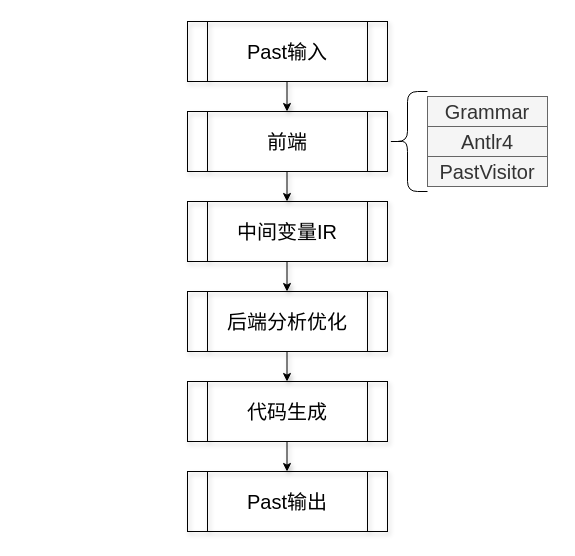
This is past.drawio from zondie17/something, a draw.io file, before an edit. Source tidied: cells renumbered, new cells numbered last; positions are measured from the earlier drawing's top-left corner, leaving out a move shared by most shapes. Both pictures are drawn from the tidied source at 100%, with x=0, y=0 at pixel (187, 21).
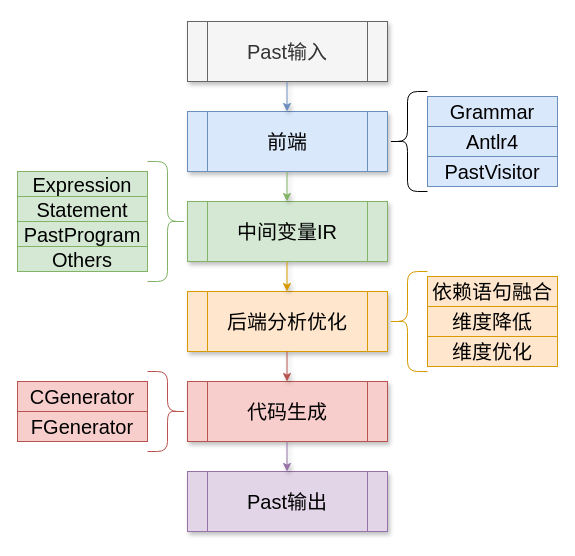
Above is the later version.

The edit, as a diff of the source:
```diff
@@
-    <mxCell id="2" value="&lt;font face=&quot;霞鹜文楷&quot;&gt;&lt;font style=&quot;font-size: 20px;&quot;&gt;Past&lt;/font&gt;&lt;font style=&quot;font-size: 20px;&quot;&gt;输入&lt;/font&gt;&lt;/font&gt;" style="shape=process;whiteSpace=wrap;html=1;backgroundOutline=1;shadow=1;rounded=0;fillColor=none;fontFamily=霞鹜文楷;" parent="1" vertex="1">
+    <mxCell id="2" value="&lt;font face=&quot;霞鹜文楷&quot;&gt;&lt;font style=&quot;font-size: 20px;&quot;&gt;Past&lt;/font&gt;&lt;font style=&quot;font-size: 20px;&quot;&gt;输入&lt;/font&gt;&lt;/font&gt;" style="shape=process;whiteSpace=wrap;html=1;backgroundOutline=1;shadow=1;rounded=0;fillColor=#f5f5f5;fontFamily=霞鹜文楷;fontColor=#333333;strokeColor=#666666;" parent="1" vertex="1">
       <mxGeometry width="200" height="60" as="geometry" />
     </mxCell>
-    <mxCell id="3" value="&lt;font style=&quot;border-color: var(--border-color); font-size: 20px;&quot;&gt;前端&lt;/font&gt;" style="shape=process;whiteSpace=wrap;html=1;backgroundOutline=1;shadow=1;rounded=0;fillColor=none;fontFamily=霞鹜文楷;" parent="1" vertex="1">
+    <mxCell id="3" value="&lt;font style=&quot;border-color: var(--border-color); font-size: 20px;&quot;&gt;前端&lt;/font&gt;" style="shape=process;whiteSpace=wrap;html=1;backgroundOutline=1;shadow=1;rounded=0;fillColor=#dae8fc;fontFamily=霞鹜文楷;strokeColor=#6c8ebf;" parent="1" vertex="1">
       <mxGeometry y="90" width="200" height="60" as="geometry" />
     </mxCell>
-    <mxCell id="4" value="&lt;font style=&quot;border-color: var(--border-color); font-size: 20px;&quot; face=&quot;霞鹜文楷&quot;&gt;中间变量IR&lt;/font&gt;" style="shape=process;whiteSpace=wrap;html=1;backgroundOutline=1;shadow=1;rounded=0;fillColor=none;fontFamily=霞鹜文楷;" parent="1" vertex="1">
+    <mxCell id="4" value="&lt;font style=&quot;border-color: var(--border-color); font-size: 20px;&quot; face=&quot;霞鹜文楷&quot;&gt;中间变量IR&lt;/font&gt;" style="shape=process;whiteSpace=wrap;html=1;backgroundOutline=1;shadow=1;rounded=0;fillColor=#d5e8d4;fontFamily=霞鹜文楷;strokeColor=#82b366;" parent="1" vertex="1">
       <mxGeometry y="180" width="200" height="60" as="geometry" />
     </mxCell>
-    <mxCell id="5" value="&lt;font style=&quot;border-color: var(--border-color); font-size: 20px;&quot; face=&quot;霞鹜文楷&quot;&gt;后端分析优化&lt;/font&gt;" style="shape=process;whiteSpace=wrap;html=1;backgroundOutline=1;shadow=1;rounded=0;fillColor=none;fontFamily=霞鹜文楷;" parent="1" vertex="1">
+    <mxCell id="5" value="&lt;font style=&quot;border-color: var(--border-color); font-size: 20px;&quot; face=&quot;霞鹜文楷&quot;&gt;后端分析优化&lt;/font&gt;" style="shape=process;whiteSpace=wrap;html=1;backgroundOutline=1;shadow=1;rounded=0;fillColor=#ffe6cc;fontFamily=霞鹜文楷;strokeColor=#d79b00;" parent="1" vertex="1">
       <mxGeometry y="270" width="200" height="60" as="geometry" />
     </mxCell>
-    <mxCell id="6" value="&lt;font style=&quot;border-color: var(--border-color); font-size: 20px;&quot; face=&quot;霞鹜文楷&quot;&gt;代码生成&lt;/font&gt;" style="shape=process;whiteSpace=wrap;html=1;backgroundOutline=1;shadow=1;rounded=0;fillColor=none;fontFamily=霞鹜文楷;" parent="1" vertex="1">
+    <mxCell id="6" value="&lt;font style=&quot;border-color: var(--border-color); font-size: 20px;&quot; face=&quot;霞鹜文楷&quot;&gt;代码生成&lt;/font&gt;" style="shape=process;whiteSpace=wrap;html=1;backgroundOutline=1;shadow=1;rounded=0;fillColor=#f8cecc;fontFamily=霞鹜文楷;strokeColor=#b85450;" parent="1" vertex="1">
       <mxGeometry y="360" width="200" height="60" as="geometry" />
     </mxCell>
-    <mxCell id="7" value="&lt;font face=&quot;霞鹜文楷&quot;&gt;&lt;font style=&quot;font-size: 20px;&quot;&gt;Past&lt;/font&gt;&lt;font style=&quot;font-size: 20px;&quot;&gt;输出&lt;/font&gt;&lt;/font&gt;" style="shape=process;whiteSpace=wrap;html=1;backgroundOutline=1;shadow=1;rounded=0;fillColor=none;fontFamily=霞鹜文楷;" parent="1" vertex="1">
+    <mxCell id="7" value="&lt;font face=&quot;霞鹜文楷&quot;&gt;&lt;font style=&quot;font-size: 20px;&quot;&gt;Past&lt;/font&gt;&lt;font style=&quot;font-size: 20px;&quot;&gt;输出&lt;/font&gt;&lt;/font&gt;" style="shape=process;whiteSpace=wrap;html=1;backgroundOutline=1;shadow=1;rounded=0;fillColor=#e1d5e7;fontFamily=霞鹜文楷;strokeColor=#9673a6;" parent="1" vertex="1">
       <mxGeometry y="450" width="200" height="60" as="geometry" />
     </mxCell>
-    <mxCell id="8" style="endArrow=classic;html=1;rounded=0;shadow=1;" parent="1" edge="1">
+    <mxCell id="8" style="endArrow=classic;html=1;rounded=0;shadow=1;fillColor=#dae8fc;strokeColor=#6c8ebf;" parent="1" edge="1">
       <mxGeometry relative="1" as="geometry">
         <mxPoint x="99.5" y="60" as="sourcePoint" />
         <mxPoint x="99.5" y="90" as="targetPoint" />
       </mxGeometry>
     </mxCell>
-    <mxCell id="9" style="endArrow=classic;html=1;rounded=0;shadow=1;" parent="1" edge="1">
+    <mxCell id="9" style="endArrow=classic;html=1;rounded=0;shadow=1;fillColor=#d5e8d4;strokeColor=#82b366;" parent="1" edge="1">
       <mxGeometry relative="1" as="geometry">
         <mxPoint x="99.5" y="150" as="sourcePoint" />
         <mxPoint x="99.5" y="180" as="targetPoint" />
       </mxGeometry>
     </mxCell>
-    <mxCell id="10" style="endArrow=classic;html=1;rounded=0;shadow=1;" parent="1" edge="1">
+    <mxCell id="10" style="endArrow=classic;html=1;rounded=0;shadow=1;fillColor=#ffe6cc;strokeColor=#d79b00;" parent="1" edge="1">
       <mxGeometry relative="1" as="geometry">
         <mxPoint x="99.5" y="240" as="sourcePoint" />
         <mxPoint x="99.5" y="270" as="targetPoint" />
       </mxGeometry>
     </mxCell>
-    <mxCell id="11" style="endArrow=classic;html=1;rounded=0;shadow=1;" parent="1" edge="1">
+    <mxCell id="11" style="endArrow=classic;html=1;rounded=0;shadow=1;fillColor=#f8cecc;strokeColor=#b85450;" parent="1" edge="1">
       <mxGeometry relative="1" as="geometry">
         <mxPoint x="99.5" y="330" as="sourcePoint" />
         <mxPoint x="99.5" y="360" as="targetPoint" />
       </mxGeometry>
     </mxCell>
-    <mxCell id="12" style="endArrow=classic;html=1;rounded=0;shadow=1;" parent="1" edge="1">
+    <mxCell id="12" style="endArrow=classic;html=1;rounded=0;shadow=1;fillColor=#e1d5e7;strokeColor=#9673a6;" parent="1" edge="1">
       <mxGeometry relative="1" as="geometry">
         <mxPoint x="99.5" y="420" as="sourcePoint" />
         <mxPoint x="99.5" y="450" as="targetPoint" />
       </mxGeometry>
     </mxCell>
@@
-    <mxCell id="14" value="&lt;font style=&quot;font-size: 20px;&quot; face=&quot;霞鹜文楷&quot;&gt;Grammar&lt;/font&gt;" style="text;html=1;align=center;verticalAlign=middle;whiteSpace=wrap;rounded=0;fillColor=#f5f5f5;fontColor=#333333;strokeColor=#666666;" parent="1" vertex="1">
-      <mxGeometry x="240" y="75" width="120" height="30" as="geometry" />
+    <mxCell id="14" value="&lt;font style=&quot;font-size: 20px;&quot; face=&quot;霞鹜文楷&quot;&gt;Grammar&lt;/font&gt;" style="text;html=1;align=center;verticalAlign=middle;whiteSpace=wrap;rounded=0;fillColor=#dae8fc;strokeColor=#6c8ebf;" parent="1" vertex="1">
+      <mxGeometry x="240" y="75" width="130" height="30" as="geometry" />
     </mxCell>
-    <mxCell id="15" value="&lt;font face=&quot;霞鹜文楷&quot;&gt;&lt;span style=&quot;font-size: 20px;&quot;&gt;Antlr4&lt;/span&gt;&lt;/font&gt;" style="text;html=1;strokeColor=#666666;fillColor=#f5f5f5;align=center;verticalAlign=middle;whiteSpace=wrap;rounded=0;fontColor=#333333;" parent="1" vertex="1">
-      <mxGeometry x="240" y="105" width="120" height="30" as="geometry" />
+    <mxCell id="15" value="&lt;font face=&quot;霞鹜文楷&quot;&gt;&lt;span style=&quot;font-size: 20px;&quot;&gt;Antlr4&lt;/span&gt;&lt;/font&gt;" style="text;html=1;strokeColor=#6c8ebf;fillColor=#dae8fc;align=center;verticalAlign=middle;whiteSpace=wrap;rounded=0;" parent="1" vertex="1">
+      <mxGeometry x="240" y="105" width="130" height="30" as="geometry" />
     </mxCell>
-    <mxCell id="16" value="&lt;font face=&quot;霞鹜文楷&quot;&gt;&lt;span style=&quot;font-size: 20px;&quot;&gt;PastVisitor&lt;/span&gt;&lt;/font&gt;" style="text;html=1;strokeColor=#666666;fillColor=#f5f5f5;align=center;verticalAlign=middle;whiteSpace=wrap;rounded=0;fontColor=#333333;" parent="1" vertex="1">
-      <mxGeometry x="240" y="135" width="120" height="30" as="geometry" />
+    <mxCell id="16" value="&lt;font face=&quot;霞鹜文楷&quot;&gt;&lt;span style=&quot;font-size: 20px;&quot;&gt;PastVisitor&lt;/span&gt;&lt;/font&gt;" style="text;html=1;strokeColor=#6c8ebf;fillColor=#dae8fc;align=center;verticalAlign=middle;whiteSpace=wrap;rounded=0;" parent="1" vertex="1">
+      <mxGeometry x="240" y="135" width="130" height="30" as="geometry" />
     </mxCell>
+    <mxCell id="17" style="shape=curlyBracket;whiteSpace=wrap;html=1;rounded=1;flipH=1;labelPosition=right;verticalLabelPosition=middle;align=left;verticalAlign=middle;fillColor=#d5e8d4;strokeColor=#82b366;" parent="1" vertex="1">
+      <mxGeometry x="-40" y="140" width="40" height="120" as="geometry" />
+    </mxCell>
+    <mxCell id="18" value="&lt;font style=&quot;font-size: 20px;&quot; face=&quot;霞鹜文楷&quot;&gt;Expression&lt;/font&gt;" style="text;html=1;align=center;verticalAlign=middle;whiteSpace=wrap;rounded=0;fillColor=#d5e8d4;strokeColor=#82b366;" parent="1" vertex="1">
+      <mxGeometry x="-170" y="150" width="130" height="25" as="geometry" />
+    </mxCell>
+    <mxCell id="19" value="&lt;font face=&quot;霞鹜文楷&quot;&gt;&lt;span style=&quot;font-size: 20px;&quot;&gt;Statement&lt;/span&gt;&lt;/font&gt;" style="text;html=1;strokeColor=#82b366;fillColor=#d5e8d4;align=center;verticalAlign=middle;whiteSpace=wrap;rounded=0;" parent="1" vertex="1">
+      <mxGeometry x="-170" y="175" width="130" height="25" as="geometry" />
+    </mxCell>
+    <mxCell id="20" value="&lt;font face=&quot;霞鹜文楷&quot;&gt;&lt;span style=&quot;font-size: 20px;&quot;&gt;PastProgram&lt;/span&gt;&lt;/font&gt;" style="text;html=1;strokeColor=#82b366;fillColor=#d5e8d4;align=center;verticalAlign=middle;whiteSpace=wrap;rounded=0;" parent="1" vertex="1">
+      <mxGeometry x="-170" y="200" width="130" height="25" as="geometry" />
+    </mxCell>
+    <mxCell id="21" value="&lt;font face=&quot;霞鹜文楷&quot;&gt;&lt;span style=&quot;font-size: 20px;&quot;&gt;Others&lt;/span&gt;&lt;/font&gt;" style="text;html=1;strokeColor=#82b366;fillColor=#d5e8d4;align=center;verticalAlign=middle;whiteSpace=wrap;rounded=0;" parent="1" vertex="1">
+      <mxGeometry x="-170" y="225" width="130" height="25" as="geometry" />
+    </mxCell>
+    <mxCell id="22" style="shape=curlyBracket;whiteSpace=wrap;html=1;rounded=1;labelPosition=left;verticalLabelPosition=middle;align=right;verticalAlign=middle;fillColor=#ffe6cc;strokeColor=#d79b00;" parent="1" vertex="1">
+      <mxGeometry x="200" y="250" width="40" height="100" as="geometry" />
+    </mxCell>
+    <mxCell id="23" value="&lt;font face=&quot;霞鹜文楷&quot;&gt;&lt;span style=&quot;font-size: 20px;&quot;&gt;依赖语句融合&lt;/span&gt;&lt;/font&gt;" style="text;html=1;align=center;verticalAlign=middle;whiteSpace=wrap;rounded=0;fillColor=#ffe6cc;strokeColor=#d79b00;" parent="1" vertex="1">
+      <mxGeometry x="240" y="255" width="130" height="30" as="geometry" />
+    </mxCell>
+    <mxCell id="24" value="&lt;font face=&quot;霞鹜文楷&quot;&gt;&lt;span style=&quot;font-size: 20px;&quot;&gt;维度降低&lt;/span&gt;&lt;/font&gt;" style="text;html=1;strokeColor=#d79b00;fillColor=#ffe6cc;align=center;verticalAlign=middle;whiteSpace=wrap;rounded=0;" parent="1" vertex="1">
+      <mxGeometry x="240" y="285" width="130" height="30" as="geometry" />
+    </mxCell>
+    <mxCell id="25" value="&lt;font face=&quot;霞鹜文楷&quot;&gt;&lt;span style=&quot;font-size: 20px;&quot;&gt;维度优化&lt;/span&gt;&lt;/font&gt;" style="text;html=1;strokeColor=#d79b00;fillColor=#ffe6cc;align=center;verticalAlign=middle;whiteSpace=wrap;rounded=0;" parent="1" vertex="1">
+      <mxGeometry x="240" y="315" width="130" height="30" as="geometry" />
+    </mxCell>
+    <mxCell id="26" style="shape=curlyBracket;whiteSpace=wrap;html=1;rounded=1;flipH=1;labelPosition=right;verticalLabelPosition=middle;align=left;verticalAlign=middle;fillColor=#f8cecc;strokeColor=#b85450;" parent="1" vertex="1">
+      <mxGeometry x="-40" y="350" width="40" height="80" as="geometry" />
+    </mxCell>
+    <mxCell id="27" value="&lt;font face=&quot;霞鹜文楷&quot;&gt;&lt;span style=&quot;font-size: 20px;&quot;&gt;CGenerator&lt;/span&gt;&lt;/font&gt;" style="text;html=1;strokeColor=#b85450;fillColor=#f8cecc;align=center;verticalAlign=middle;whiteSpace=wrap;rounded=0;" parent="1" vertex="1">
+      <mxGeometry x="-170" y="360" width="130" height="30" as="geometry" />
+    </mxCell>
+    <mxCell id="28" value="&lt;font face=&quot;霞鹜文楷&quot;&gt;&lt;span style=&quot;font-size: 20px;&quot;&gt;FGenerator&lt;/span&gt;&lt;/font&gt;" style="text;html=1;strokeColor=#b85450;fillColor=#f8cecc;align=center;verticalAlign=middle;whiteSpace=wrap;rounded=0;" parent="1" vertex="1">
+      <mxGeometry x="-170" y="390" width="130" height="30" as="geometry" />
+    </mxCell>
```
